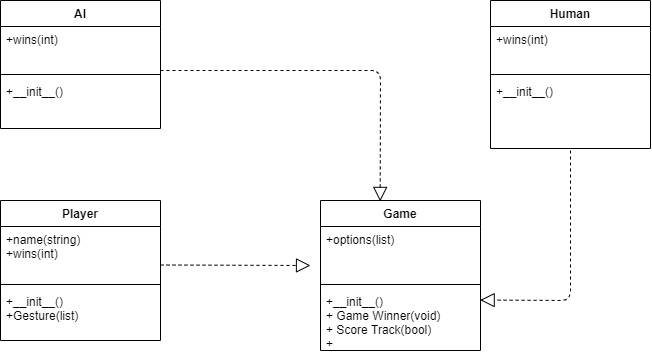
Above: UML.drawio.png in AustinH1131/R_P_S_L_S (draw.io), before the change. Source tidied: cells renumbered, new cells last; positions are measured from the earlier drawing's top-left corner, leaving out a move shared by most shapes.
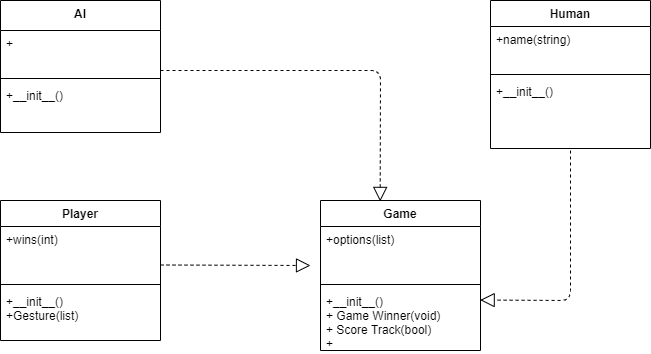
After the commit.

The edit, as a diff of the source:
```diff
@@ -5,7 +5,7 @@
     <mxCell id="2" value="Player" style="swimlane;fontStyle=1;align=center;verticalAlign=top;horizontal=1;startSize=26;" parent="1" vertex="1">
       <mxGeometry y="200" width="160" height="140" as="geometry" />
     </mxCell>
-    <mxCell id="3" value="+name(string)&#10;+wins(int)" style="text;strokeColor=none;fillColor=none;align=left;verticalAlign=top;spacingLeft=4;spacingRight=4;overflow=hidden;" parent="2" vertex="1">
+    <mxCell id="3" value="+wins(int)" style="text;strokeColor=none;fillColor=none;align=left;verticalAlign=top;spacingLeft=4;spacingRight=4;overflow=hidden;" parent="2" vertex="1">
       <mxGeometry y="26" width="160" height="54" as="geometry" />
     </mxCell>
     <mxCell id="4" style="line;strokeWidth=1;fillColor=none;align=left;verticalAlign=middle;spacingTop=-1;spacingLeft=3;spacingRight=3;labelPosition=right;" parent="2" vertex="1">
@@ -32,17 +32,17 @@
     <mxCell id="10" value="+__init__()&#10;+ Game Winner(void)&#10;+ Score Track(bool)&#10;+ " style="text;strokeColor=none;fillColor=none;align=left;verticalAlign=top;spacingLeft=4;spacingRight=4;overflow=hidden;points=[[0,0.5],[1,0.5]];portConstraint=eastwest;" parent="7" vertex="1">
       <mxGeometry y="88" width="160" height="62" as="geometry" />
     </mxCell>
-    <mxCell id="11" value="AI" style="swimlane;fontStyle=1;align=center;verticalAlign=top;horizontal=1;startSize=26;" parent="1" vertex="1">
-      <mxGeometry width="160" height="128" as="geometry" />
+    <mxCell id="11" value="AI" style="swimlane;fontStyle=1;align=center;verticalAlign=top;horizontal=1;startSize=30;" parent="1" vertex="1">
+      <mxGeometry width="160" height="132" as="geometry" />
     </mxCell>
-    <mxCell id="12" value="+wins(int)&#10;" style="text;strokeColor=none;fillColor=none;align=left;verticalAlign=top;spacingLeft=4;spacingRight=4;overflow=hidden;" parent="11" vertex="1">
-      <mxGeometry y="26" width="160" height="44" as="geometry" />
+    <mxCell id="12" value="+" style="text;strokeColor=none;fillColor=none;align=left;verticalAlign=top;spacingLeft=4;spacingRight=4;overflow=hidden;" parent="11" vertex="1">
+      <mxGeometry y="30" width="160" height="44" as="geometry" />
     </mxCell>
     <mxCell id="13" style="line;strokeWidth=1;fillColor=none;align=left;verticalAlign=middle;spacingTop=-1;spacingLeft=3;spacingRight=3;labelPosition=right;" parent="11" vertex="1">
-      <mxGeometry y="70" width="160" height="8" as="geometry" />
+      <mxGeometry y="74" width="160" height="8" as="geometry" />
     </mxCell>
     <mxCell id="14" value="+__init__()" style="text;strokeColor=none;fillColor=none;align=left;verticalAlign=top;spacingLeft=4;spacingRight=4;overflow=hidden;" parent="11" vertex="1">
-      <mxGeometry y="78" width="160" height="50" as="geometry" />
+      <mxGeometry y="82" width="160" height="50" as="geometry" />
     </mxCell>
     <mxCell id="15" style="endArrow=block;dashed=1;endFill=0;endSize=12;html=1;entryX=0.373;entryY=0.006;entryDx=0;entryDy=0;entryPerimeter=0;" parent="1" edge="1" target="7">
       <mxGeometry relative="1" as="geometry">
@@ -55,7 +55,7 @@
     <mxCell id="16" value="Human" style="swimlane;fontStyle=1;align=center;verticalAlign=top;horizontal=1;startSize=26;" parent="1" vertex="1">
       <mxGeometry x="490" width="160" height="148" as="geometry" />
     </mxCell>
-    <mxCell id="17" value="+wins(int)" style="text;strokeColor=none;fillColor=none;align=left;verticalAlign=top;spacingLeft=4;spacingRight=4;overflow=hidden;" parent="16" vertex="1">
+    <mxCell id="17" value="+name(string)" style="text;strokeColor=none;fillColor=none;align=left;verticalAlign=top;spacingLeft=4;spacingRight=4;overflow=hidden;" parent="16" vertex="1">
       <mxGeometry y="26" width="160" height="44" as="geometry" />
     </mxCell>
     <mxCell id="18" style="line;strokeWidth=1;fillColor=none;align=left;verticalAlign=middle;spacingTop=-1;spacingLeft=3;spacingRight=3;labelPosition=right;" parent="16" vertex="1">
```
